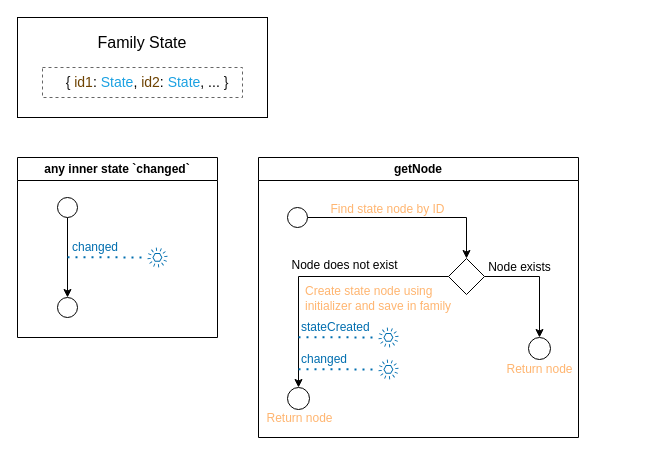
Before: diagrams/FamilyState.drawio in yuriyyakym/awai, a draw.io diagram. Source tidied: cells renumbered, new cells numbered last; positions are measured from the earlier drawing's top-left corner, leaving out a move shared by most shapes. Both pictures are drawn from the tidied source at 100%, with x=0, y=0 at pixel (17, 17).
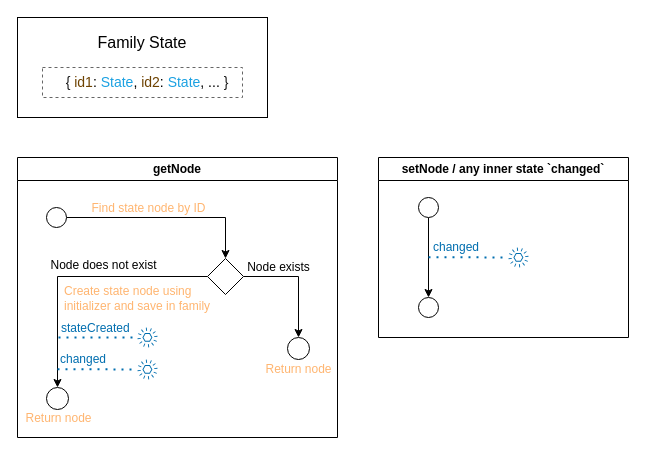
After the change.

Commit message (it also covers changes not shown here):
Update family state diagram

Unchanged cells that the change refers to:
```xml
<mxCell id="17" style="endArrow=none;dashed=1;html=1;dashPattern=1 3;strokeWidth=2;rounded=0;fillColor=#1ba1e2;strokeColor=#006EAF;" parent="2" edge="1" target="16">
  <mxGeometry relative="1" as="geometry">
    <mxPoint x="40" y="211.7" as="sourcePoint" />
  </mxGeometry>
</mxCell>
```

What changed in the source:
```diff
@@
     <mxCell id="2" value="getNode" style="swimlane;whiteSpace=wrap;html=1;rounded=0;" parent="1" vertex="1">
-      <mxGeometry x="241" y="140" width="320" height="280" as="geometry" />
+      <mxGeometry y="140" width="320" height="280" as="geometry" />
     </mxCell>
@@
-    <mxCell id="15" style="outlineConnect=0;fontColor=#ffffff;fillColor=#006EAF;strokeColor=#006EAF;dashed=0;verticalLabelPosition=bottom;verticalAlign=top;align=center;html=1;fontSize=12;fontStyle=0;shape=mxgraph.aws4.event;" parent="2" vertex="1">
+    <mxCell id="15" style="outlineConnect=0;fontColor=#ffffff;fillColor=#006EAF;strokeColor=#006EAF;dashed=0;verticalLabelPosition=bottom;verticalAlign=top;align=center;html=1;fontSize=12;fontStyle=0;shape=mxgraph.aws4.event;rounded=0;" parent="2" vertex="1">
       <mxGeometry x="120" y="170" width="20" height="20" as="geometry" />
     </mxCell>
-    <mxCell id="16" style="outlineConnect=0;fontColor=#ffffff;fillColor=#006EAF;strokeColor=#006EAF;dashed=0;verticalLabelPosition=bottom;verticalAlign=top;align=center;html=1;fontSize=12;fontStyle=0;shape=mxgraph.aws4.event;" parent="2" vertex="1">
+    <mxCell id="16" style="outlineConnect=0;fontColor=#ffffff;fillColor=#006EAF;strokeColor=#006EAF;dashed=0;verticalLabelPosition=bottom;verticalAlign=top;align=center;html=1;fontSize=12;fontStyle=0;shape=mxgraph.aws4.event;rounded=0;" parent="2" vertex="1">
       <mxGeometry x="120" y="202" width="20" height="20" as="geometry" />
     </mxCell>
@@
-    <mxCell id="18" value="changed" style="edgeLabel;html=1;align=left;verticalAlign=middle;fontSize=12;fontColor=#006EAF;rotation=0;" parent="17" vertex="1">
+    <mxCell id="18" value="changed" style="edgeLabel;html=1;align=left;verticalAlign=middle;fontSize=12;fontColor=#006EAF;rotation=0;rounded=0;" parent="17" vertex="1">
       <mxGeometry x="0.21" relative="1" as="geometry">
         <mxPoint x="-47" y="-10" as="offset" />
       </mxGeometry>
     </mxCell>
+    <mxCell id="23" value="Find state node by ID" style="edgeLabel;html=1;align=center;verticalAlign=middle;fontColor=#FFB570;rounded=0;fontSize=12;" parent="2" vertex="1">
+      <mxGeometry x="130" y="50" as="geometry" />
+    </mxCell>
-    <mxCell id="19" style="group;" parent="1" vertex="1">
+    <mxCell id="19" style="group;rounded=0;" parent="1" vertex="1">
       <mxGeometry width="250" height="100" as="geometry" />
     </mxCell>
@@
-    <mxCell id="23" value="Find state node by ID" style="edgeLabel;html=1;align=center;verticalAlign=middle;fontColor=#FFB570;rounded=0;fontSize=12;" parent="1" vertex="1">
-      <mxGeometry x="369" y="191" as="geometry" />
-    </mxCell>
     <mxCell id="24" style="endArrow=none;dashed=1;html=1;dashPattern=1 3;strokeWidth=2;rounded=0;fillColor=#1ba1e2;strokeColor=#006EAF;" parent="1" edge="1" target="15">
       <mxGeometry relative="1" as="geometry">
-        <mxPoint x="281" y="319.7" as="sourcePoint" />
+        <mxPoint x="41" y="320" as="sourcePoint" />
       </mxGeometry>
     </mxCell>
-    <mxCell id="25" value="stateCreated" style="edgeLabel;html=1;align=left;verticalAlign=middle;fontSize=12;fontColor=#006EAF;rotation=0;" parent="24" vertex="1">
+    <mxCell id="25" value="stateCreated" style="edgeLabel;html=1;align=left;verticalAlign=middle;fontSize=12;fontColor=#006EAF;rotation=0;rounded=0;" parent="24" vertex="1">
       <mxGeometry x="0.21" relative="1" as="geometry">
         <mxPoint x="-47" y="-10" as="offset" />
       </mxGeometry>
     </mxCell>
-    <mxCell id="26" value="any inner state `changed`" style="swimlane;whiteSpace=wrap;html=1;startSize=23;" parent="1" vertex="1">
-      <mxGeometry y="140" width="200" height="180" as="geometry" />
-    </mxCell>
-    <mxCell id="27" style="edgeStyle=orthogonalEdgeStyle;rounded=0;jettySize=auto;html=1;" parent="26" edge="1" source="28" target="29">
-      <mxGeometry relative="1" as="geometry" />
-    </mxCell>
-    <mxCell id="28" style="ellipse;whiteSpace=wrap;html=1;" parent="26" vertex="1">
-      <mxGeometry x="40" y="40" width="20" height="20" as="geometry" />
-    </mxCell>
-    <mxCell id="29" style="ellipse;whiteSpace=wrap;html=1;" parent="26" vertex="1">
-      <mxGeometry x="40" y="140" width="20" height="20" as="geometry" />
-    </mxCell>
-    <mxCell id="30" style="outlineConnect=0;fontColor=#ffffff;fillColor=#006EAF;strokeColor=#006EAF;dashed=0;verticalLabelPosition=bottom;verticalAlign=top;align=center;html=1;fontSize=12;fontStyle=0;shape=mxgraph.aws4.event;" parent="26" vertex="1">
-      <mxGeometry x="130" y="90" width="20" height="20" as="geometry" />
-    </mxCell>
-    <mxCell id="31" style="endArrow=none;dashed=1;html=1;dashPattern=1 3;strokeWidth=2;rounded=0;fillColor=#1ba1e2;strokeColor=#006EAF;" parent="26" edge="1" target="30">
-      <mxGeometry relative="1" as="geometry">
-        <mxPoint x="50" y="99.7" as="sourcePoint" />
-      </mxGeometry>
-    </mxCell>
+    <mxCell id="33" value="setNode / any inner state `changed`" style="swimlane;whiteSpace=wrap;html=1;startSize=23;rounded=0;" parent="1" vertex="1">
+      <mxGeometry x="361" y="140" width="250" height="180" as="geometry" />
+    </mxCell>
+    <mxCell id="34" style="edgeStyle=orthogonalEdgeStyle;rounded=0;jettySize=auto;html=1;" parent="33" edge="1" source="35" target="36">
+      <mxGeometry relative="1" as="geometry" />
+    </mxCell>
+    <mxCell id="35" style="ellipse;whiteSpace=wrap;html=1;rounded=0;" parent="33" vertex="1">
+      <mxGeometry x="40" y="40" width="20" height="20" as="geometry" />
+    </mxCell>
+    <mxCell id="36" style="ellipse;whiteSpace=wrap;html=1;rounded=0;" parent="33" vertex="1">
+      <mxGeometry x="40" y="140" width="20" height="20" as="geometry" />
+    </mxCell>
+    <mxCell id="37" style="outlineConnect=0;fontColor=#ffffff;fillColor=#006EAF;strokeColor=#006EAF;dashed=0;verticalLabelPosition=bottom;verticalAlign=top;align=center;html=1;fontSize=12;fontStyle=0;shape=mxgraph.aws4.event;rounded=0;" parent="33" vertex="1">
+      <mxGeometry x="130" y="90" width="20" height="20" as="geometry" />
+    </mxCell>
+    <mxCell id="38" style="endArrow=none;dashed=1;html=1;dashPattern=1 3;strokeWidth=2;rounded=0;fillColor=#1ba1e2;strokeColor=#006EAF;" parent="33" edge="1" target="37">
+      <mxGeometry relative="1" as="geometry">
+        <mxPoint x="50" y="99.7" as="sourcePoint" />
+      </mxGeometry>
+    </mxCell>
-    <mxCell id="32" value="changed" style="edgeLabel;html=1;align=left;verticalAlign=middle;fontSize=12;fontColor=#006EAF;rotation=0;" parent="31" vertex="1">
+    <mxCell id="32" value="changed" style="edgeLabel;html=1;align=left;verticalAlign=middle;fontSize=12;fontColor=#006EAF;rotation=0;rounded=0;" parent="38" vertex="1">
       <mxGeometry x="0.21" relative="1" as="geometry">
         <mxPoint x="-45" y="-10" as="offset" />
       </mxGeometry>
     </mxCell>
```
